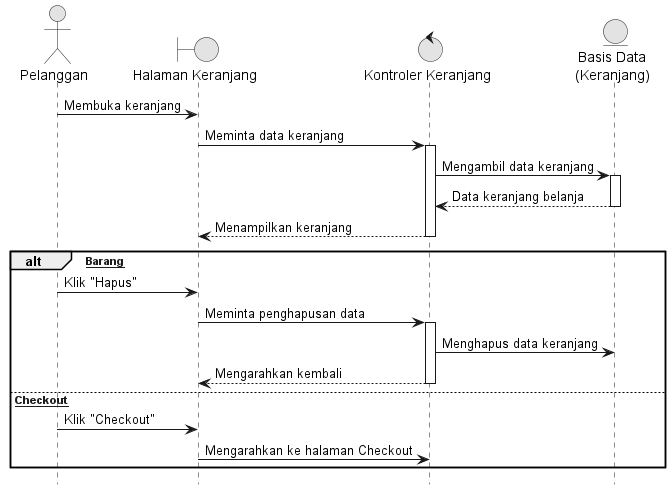
Earlier version of the PlantUML export docs/diagrams/03_Kelola_Keranjang.png (Reyonl/project_TA). Source of this version:
```plantuml
@startuml 03_Kelola_Keranjang
hide footbox
skinparam monochrome true
skinparam shadowing false

actor "Pelanggan" as Customer
boundary "Halaman Keranjang" as View
control "Kontroler Keranjang" as Controller
entity "Basis Data\n(Keranjang)" as DB

Customer -> View : Membuka keranjang
View -> Controller : Meminta data keranjang
activate Controller
Controller -> DB : Mengambil data keranjang
activate DB
DB --> Controller : Data keranjang belanja
deactivate DB
Controller --> View : Menampilkan keranjang
deactivate Controller

alt [Hapus Barang]
    Customer -> View : Klik "Hapus"
    View -> Controller : Meminta penghapusan data
    activate Controller
    Controller -> DB : Menghapus data keranjang
    Controller --> View : Mengarahkan kembali
    deactivate Controller
else [Lanjut Checkout]
    Customer -> View : Klik "Checkout"
    View -> Controller : Mengarahkan ke halaman Checkout
end
@enduml
```
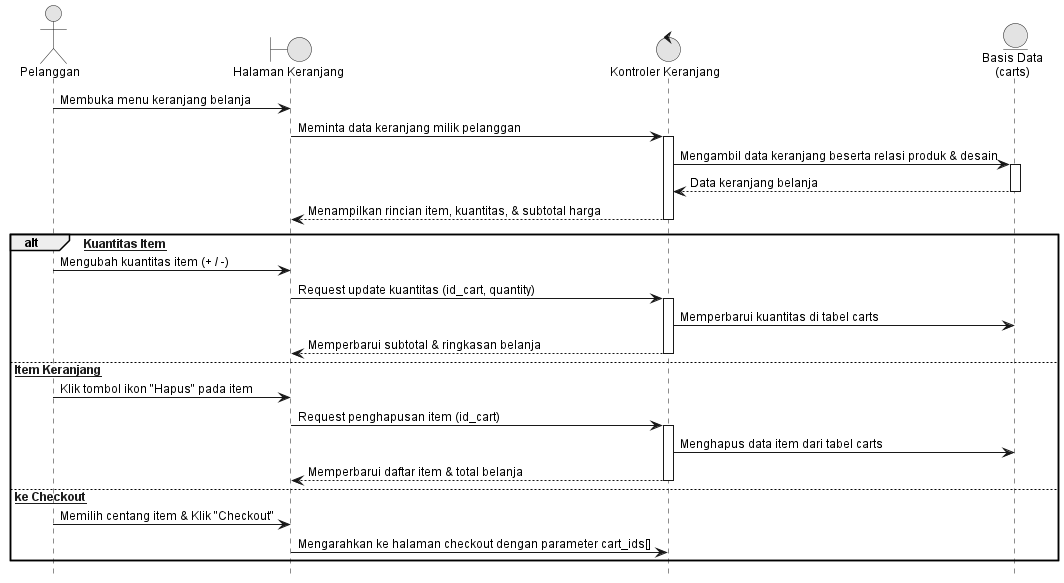
The same diagram one commit later.

Diff of the diagram source:
```diff
@@ -1,32 +1,42 @@
 @startuml 03_Kelola_Keranjang
 hide footbox
+skinparam backgroundColor white
 skinparam monochrome true
 skinparam shadowing false
+skinparam DefaultFontName Arial
+skinparam DefaultFontSize 12
 
 actor "Pelanggan" as Customer
 boundary "Halaman Keranjang" as View
 control "Kontroler Keranjang" as Controller
-entity "Basis Data\n(Keranjang)" as DB
+entity "Basis Data\n(carts)" as DB
 
-Customer -> View : Membuka keranjang
-View -> Controller : Meminta data keranjang
+Customer -> View : Membuka menu keranjang belanja
+View -> Controller : Meminta data keranjang milik pelanggan
 activate Controller
-Controller -> DB : Mengambil data keranjang
+Controller -> DB : Mengambil data keranjang beserta relasi produk & desain
 activate DB
 DB --> Controller : Data keranjang belanja
 deactivate DB
-Controller --> View : Menampilkan keranjang
+Controller --> View : Menampilkan rincian item, kuantitas, & subtotal harga
 deactivate Controller
 
-alt [Hapus Barang]
-    Customer -> View : Klik "Hapus"
-    View -> Controller : Meminta penghapusan data
+alt [Ubah Kuantitas Item]
+    Customer -> View : Mengubah kuantitas item (+ / -)
+    View -> Controller : Request update kuantitas (id_cart, quantity)
     activate Controller
-    Controller -> DB : Menghapus data keranjang
-    Controller --> View : Mengarahkan kembali
+    Controller -> DB : Memperbarui kuantitas di tabel carts
+    Controller --> View : Memperbarui subtotal & ringkasan belanja
     deactivate Controller
-else [Lanjut Checkout]
-    Customer -> View : Klik "Checkout"
-    View -> Controller : Mengarahkan ke halaman Checkout
+else [Hapus Item Keranjang]
+    Customer -> View : Klik tombol ikon "Hapus" pada item
+    View -> Controller : Request penghapusan item (id_cart)
+    activate Controller
+    Controller -> DB : Menghapus data item dari tabel carts
+    Controller --> View : Memperbarui daftar item & total belanja
+    deactivate Controller
+else [Lanjut ke Checkout]
+    Customer -> View : Memilih centang item & Klik "Checkout"
+    View -> Controller : Mengarahkan ke halaman checkout dengan parameter cart_ids[]
 end
 @enduml
```
